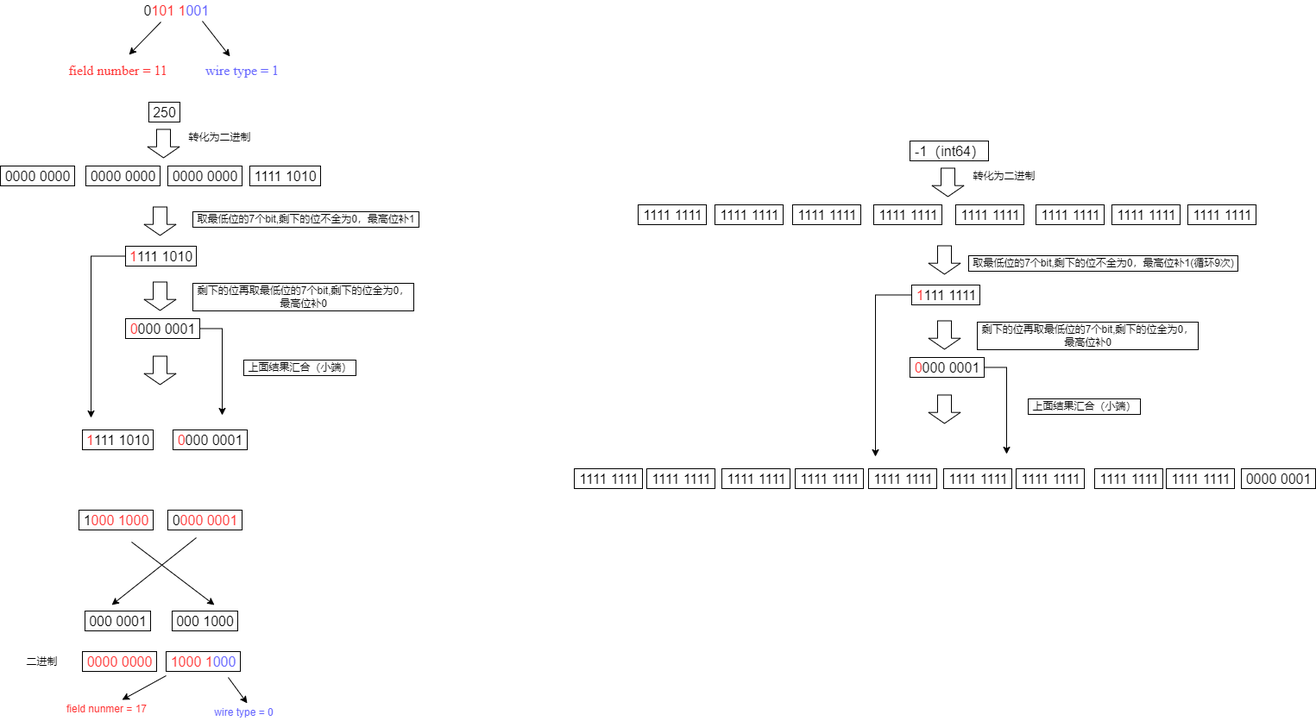
Before: protobuf/demo1.png, a diagram exported from draw.io (sihaibao/note). Source tidied: cells renumbered, new cells last; positions are measured from the earlier drawing's top-left corner, leaving out a move shared by most shapes.
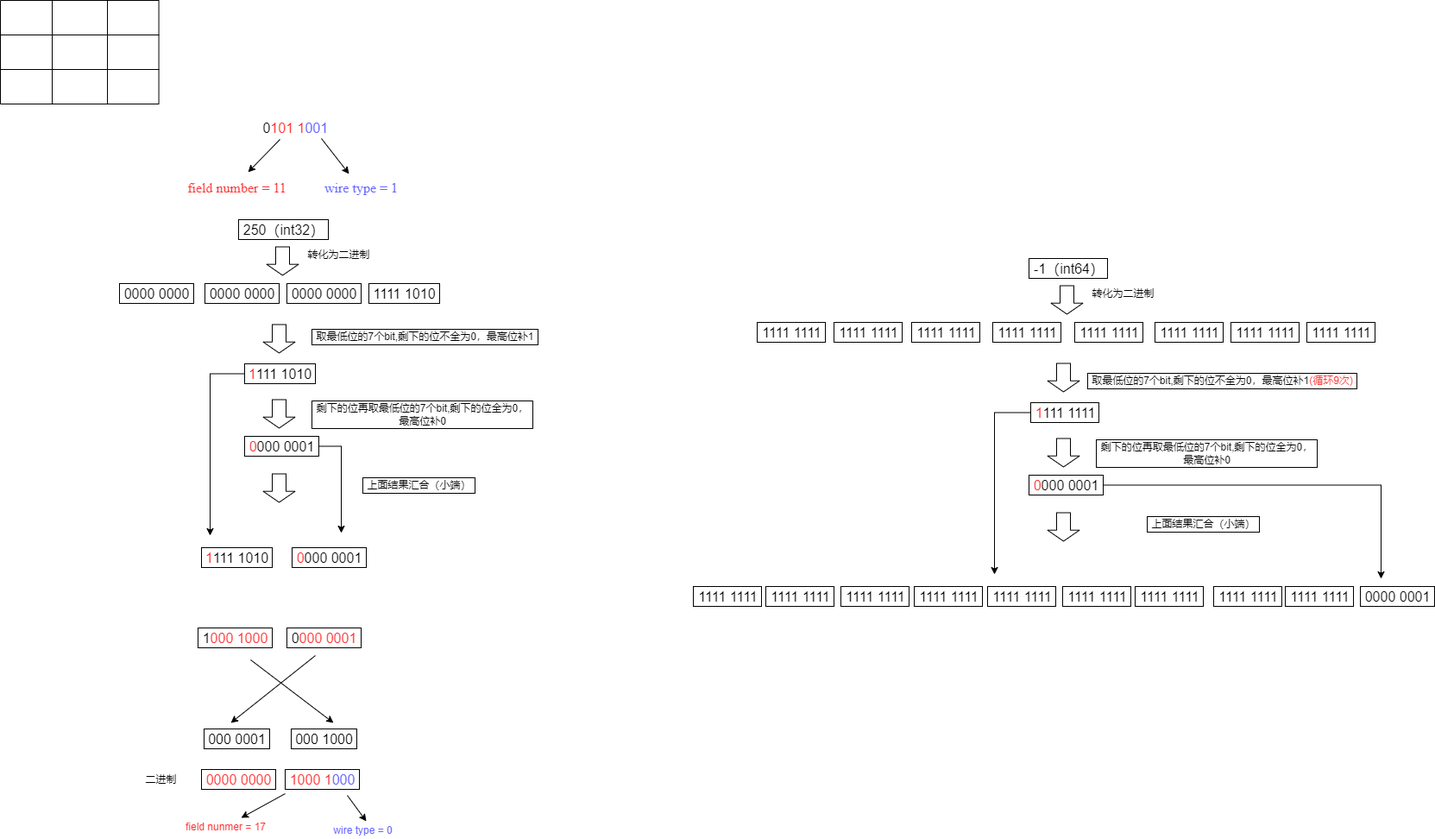
After the commit.

The edit, as a diff of the source:
```diff
@@ -35,8 +35,8 @@
     <mxCell id="10" value="0000 0000" style="text;html=1;align=center;verticalAlign=middle;strokeColor=default;fillColor=none;fontSize=16;" parent="1" vertex="1">
       <mxGeometry x="99" y="192" width="86" height="23" as="geometry" />
     </mxCell>
-    <mxCell id="11" value="250" style="text;html=1;align=center;verticalAlign=middle;strokeColor=default;fillColor=none;fontSize=16;" parent="1" vertex="1">
-      <mxGeometry x="172" y="118" width="36" height="23" as="geometry" />
+    <mxCell id="11" value="250（int32）" style="text;html=1;align=center;verticalAlign=middle;strokeColor=default;fillColor=none;fontSize=16;" parent="1" vertex="1">
+      <mxGeometry x="138" y="118" width="104" height="23" as="geometry" />
     </mxCell>
     <mxCell id="12" style="shape=flexArrow;endArrow=classic;html=1;rounded=0;width=16;endSize=3.93;" parent="1" edge="1">
       <mxGeometry relative="1" as="geometry">
@@ -177,7 +177,7 @@
         <mxPoint x="1094" y="318" as="targetPoint" />
       </mxGeometry>
     </mxCell>
-    <mxCell id="47" value="取最低位的7个bit,剩下的位不全为0，最高位补1(循环9次)" style="text;html=1;align=center;verticalAlign=middle;strokeColor=default;fillColor=none;" parent="1" vertex="1">
+    <mxCell id="47" value="取最低位的7个bit,剩下的位不全为0，最高位补1&lt;font color=&quot;#ff3333&quot;&gt;(循环9次)&lt;/font&gt;" style="text;html=1;align=center;verticalAlign=middle;strokeColor=default;fillColor=none;" parent="1" vertex="1">
       <mxGeometry x="1122" y="296" width="312" height="18" as="geometry" />
     </mxCell>
     <mxCell id="48" style="edgeStyle=orthogonalEdgeStyle;rounded=0;jettySize=auto;html=1;fontColor=#000000;" parent="1" edge="1" source="49">
@@ -199,7 +199,7 @@
     </mxCell>
     <mxCell id="52" style="edgeStyle=orthogonalEdgeStyle;rounded=0;jettySize=auto;html=1;fontColor=#000000;" parent="1" edge="1" source="53">
       <mxGeometry relative="1" as="geometry">
-        <mxPoint x="1166" y="526" as="targetPoint" />
+        <mxPoint x="1462" y="534" as="targetPoint" />
       </mxGeometry>
     </mxCell>
     <mxCell id="53" value="&lt;font color=&quot;#ff3333&quot;&gt;0&lt;/font&gt;000 0001" style="text;html=1;align=center;verticalAlign=middle;points=[];strokeColor=default;fillColor=none;fontSize=16;" parent="1" vertex="1">
@@ -256,5 +256,44 @@
     <mxCell id="69" value="1111 1111" style="text;html=1;align=center;verticalAlign=middle;strokeColor=default;fillColor=none;fontSize=16;" parent="1" vertex="1">
       <mxGeometry x="1351" y="543" width="79" height="23" as="geometry" />
     </mxCell>
+    <mxCell id="70" style="shape=table;html=1;whiteSpace=wrap;startSize=0;fontColor=#FF3333;" parent="1" vertex="1">
+      <mxGeometry x="-138" y="-136" width="183.6" height="120" as="geometry" />
+    </mxCell>
+    <mxCell id="71" style="shape=tableRow;horizontal=0;startSize=0;swimlaneHead=0;swimlaneBody=0;top=0;left=0;bottom=0;right=0;fillColor=none;fontColor=#FF3333;" parent="70" vertex="1">
+      <mxGeometry width="183.6" height="40" as="geometry" />
+    </mxCell>
+    <mxCell id="72" style="shape=partialRectangle;html=1;whiteSpace=wrap;fillColor=none;top=0;left=0;bottom=0;right=0;overflow=hidden;fontColor=#FF3333;" parent="71" vertex="1">
+      <mxGeometry width="60" height="40" as="geometry" />
+    </mxCell>
+    <mxCell id="73" style="shape=partialRectangle;html=1;whiteSpace=wrap;fillColor=none;top=0;left=0;bottom=0;right=0;overflow=hidden;fontColor=#FF3333;" parent="71" vertex="1">
+      <mxGeometry x="60" width="64" height="40" as="geometry" />
+    </mxCell>
+    <mxCell id="74" style="shape=partialRectangle;html=1;whiteSpace=wrap;fillColor=none;top=0;left=0;bottom=0;right=0;overflow=hidden;fontColor=#FF3333;" parent="71" vertex="1">
+      <mxGeometry x="124" width="60" height="40" as="geometry" />
+    </mxCell>
+    <mxCell id="75" style="shape=tableRow;horizontal=0;startSize=0;swimlaneHead=0;swimlaneBody=0;top=0;left=0;bottom=0;right=0;fillColor=none;fontColor=#FF3333;" parent="70" vertex="1">
+      <mxGeometry y="40" width="183.6" height="40" as="geometry" />
+    </mxCell>
+    <mxCell id="76" style="shape=partialRectangle;html=1;whiteSpace=wrap;fillColor=none;top=0;left=0;bottom=0;right=0;overflow=hidden;fontColor=#FF3333;" parent="75" vertex="1">
+      <mxGeometry width="60" height="40" as="geometry" />
+    </mxCell>
+    <mxCell id="77" style="shape=partialRectangle;html=1;whiteSpace=wrap;fillColor=none;top=0;left=0;bottom=0;right=0;overflow=hidden;fontColor=#FF3333;" parent="75" vertex="1">
+      <mxGeometry x="60" width="64" height="40" as="geometry" />
+    </mxCell>
+    <mxCell id="78" style="shape=partialRectangle;html=1;whiteSpace=wrap;fillColor=none;top=0;left=0;bottom=0;right=0;overflow=hidden;fontColor=#FF3333;" parent="75" vertex="1">
+      <mxGeometry x="124" width="60" height="40" as="geometry" />
+    </mxCell>
+    <mxCell id="79" style="shape=tableRow;horizontal=0;startSize=0;swimlaneHead=0;swimlaneBody=0;top=0;left=0;bottom=0;right=0;fillColor=none;fontColor=#FF3333;" parent="70" vertex="1">
+      <mxGeometry y="80" width="183.6" height="40" as="geometry" />
+    </mxCell>
+    <mxCell id="80" style="shape=partialRectangle;html=1;whiteSpace=wrap;fillColor=none;top=0;left=0;bottom=0;right=0;overflow=hidden;fontColor=#FF3333;" parent="79" vertex="1">
+      <mxGeometry width="60" height="40" as="geometry" />
+    </mxCell>
+    <mxCell id="81" style="shape=partialRectangle;html=1;whiteSpace=wrap;fillColor=none;top=0;left=0;bottom=0;right=0;overflow=hidden;fontColor=#FF3333;" parent="79" vertex="1">
+      <mxGeometry x="60" width="64" height="40" as="geometry" />
+    </mxCell>
+    <mxCell id="82" style="shape=partialRectangle;html=1;whiteSpace=wrap;fillColor=none;top=0;left=0;bottom=0;right=0;overflow=hidden;fontColor=#FF3333;" parent="79" vertex="1">
+      <mxGeometry x="124" width="60" height="40" as="geometry" />
+    </mxCell>
   </root>
 </mxGraphModel>
```
